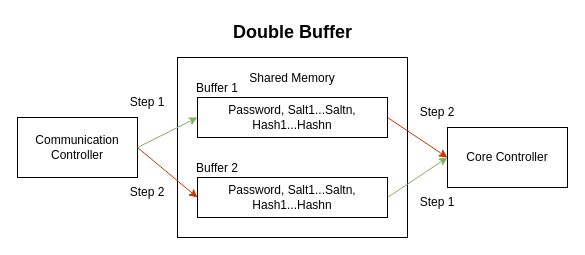
Niclasapdk/ESD3_project keeps this draw.io diagram as figures/theoretical_system/double_buffer/double_buffer.drawio. Above is the earlier version. Source tidied: cells renumbered, new cells numbered last; positions are measured from the earlier drawing's top-left corner, leaving out a move shared by most shapes. Both pictures are drawn from the tidied source at 100%, with x=0, y=0 at pixel (17, 17).
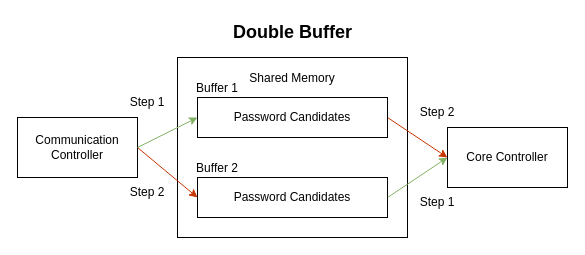
Above is the later version.

Diff of the diagram source:
```diff
@@
 <mxGraphModel>
   <root>
     <mxCell id="0" />
     <mxCell id="1" parent="0" />
     <mxCell id="2" style="rounded=0;whiteSpace=wrap;verticalAlign=middle;align=center;" parent="1" vertex="1">
       <mxGeometry x="160" y="40" width="230" height="180" as="geometry" />
     </mxCell>
     <mxCell id="3" style="edgeStyle=none;rounded=0;jettySize=auto;exitX=1;exitY=0.5;exitDx=0;exitDy=0;entryX=0;entryY=0.5;entryDx=0;entryDy=0;fillColor=#fa6800;strokeColor=#C73500;verticalAlign=middle;align=center;" parent="1" edge="1" source="4" target="9">
       <mxGeometry relative="1" as="geometry" />
     </mxCell>
-    <mxCell id="4" value="Password, Salt1...Saltn, Hash1...Hashn" style="rounded=0;whiteSpace=wrap;verticalAlign=middle;align=center;" parent="1" vertex="1">
+    <mxCell id="4" value="Password Candidates" style="rounded=0;whiteSpace=wrap;verticalAlign=middle;align=center;" parent="1" vertex="1">
       <mxGeometry x="180" y="80" width="190" height="40" as="geometry" />
     </mxCell>
     <mxCell id="5" style="edgeStyle=none;rounded=0;jettySize=auto;exitX=1;exitY=0.5;exitDx=0;exitDy=0;entryX=0;entryY=0.5;entryDx=0;entryDy=0;fillColor=#d5e8d4;strokeColor=#82b366;verticalAlign=middle;align=center;" parent="1" edge="1" source="6" target="9">
       <mxGeometry relative="1" as="geometry" />
     </mxCell>
-    <mxCell id="6" value="Password, Salt1...Saltn, Hash1...Hashn" style="rounded=0;whiteSpace=wrap;verticalAlign=middle;align=center;" parent="1" vertex="1">
+    <mxCell id="6" value="Password Candidates" style="rounded=0;whiteSpace=wrap;verticalAlign=middle;align=center;" parent="1" vertex="1">
       <mxGeometry x="180" y="160" width="190" height="40" as="geometry" />
     </mxCell>
     <mxCell id="7" value="Shared Memory" style="text;strokeColor=none;fillColor=none;fontSize=12;fontStyle=0;verticalAlign=middle;align=center;" parent="1" vertex="1">
       <mxGeometry x="227.5" y="50" width="95" height="20" as="geometry" />
     </mxCell>
     <mxCell id="8" value="Buffer 1" style="text;strokeColor=none;fillColor=none;fontSize=12;fontStyle=0;verticalAlign=middle;align=center;" parent="1" vertex="1">
       <mxGeometry x="180" y="60" width="40" height="20" as="geometry" />
     </mxCell>
     <mxCell id="9" value="Core Controller" style="rounded=0;whiteSpace=wrap;verticalAlign=middle;align=center;" parent="1" vertex="1">
       <mxGeometry x="430" y="110" width="120" height="60" as="geometry" />
     </mxCell>
     <mxCell id="10" style="edgeStyle=none;rounded=0;jettySize=auto;exitX=1;exitY=0.5;exitDx=0;exitDy=0;entryX=0;entryY=0.5;entryDx=0;entryDy=0;fillColor=#fa6800;strokeColor=#C73500;verticalAlign=middle;align=center;" parent="1" edge="1" source="11" target="6">
       <mxGeometry relative="1" as="geometry" />
     </mxCell>
     <mxCell id="11" value="Communication Controller" style="rounded=0;whiteSpace=wrap;verticalAlign=middle;align=center;" parent="1" vertex="1">
       <mxGeometry y="100" width="120" height="60" as="geometry" />
     </mxCell>
     <mxCell id="12" style="endArrow=classic;rounded=0;exitX=1;exitY=0.5;exitDx=0;exitDy=0;entryX=0;entryY=0.5;entryDx=0;entryDy=0;fillColor=#d5e8d4;strokeColor=#82b366;verticalAlign=middle;align=center;" parent="1" edge="1" source="11" target="4">
       <mxGeometry relative="1" as="geometry" />
     </mxCell>
     <mxCell id="13" value="Step 1" style="text;strokeColor=none;fillColor=none;align=center;verticalAlign=middle;whiteSpace=wrap;rounded=0;" parent="1" vertex="1">
       <mxGeometry x="100" y="70" width="60" height="30" as="geometry" />
     </mxCell>
     <mxCell id="14" value="Step 1" style="text;strokeColor=none;fillColor=none;align=center;verticalAlign=middle;whiteSpace=wrap;rounded=0;" parent="1" vertex="1">
       <mxGeometry x="390" y="170" width="60" height="30" as="geometry" />
     </mxCell>
     <mxCell id="15" value="Step 2" style="text;strokeColor=none;fillColor=none;align=center;verticalAlign=middle;whiteSpace=wrap;rounded=0;" parent="1" vertex="1">
       <mxGeometry x="100" y="160" width="60" height="30" as="geometry" />
     </mxCell>
     <mxCell id="16" value="Step 2" style="text;strokeColor=none;fillColor=none;align=center;verticalAlign=middle;whiteSpace=wrap;rounded=0;" parent="1" vertex="1">
       <mxGeometry x="390" y="80" width="60" height="30" as="geometry" />
     </mxCell>
     <mxCell id="17" value="Buffer 2" style="text;strokeColor=none;fillColor=none;fontSize=12;fontStyle=0;verticalAlign=middle;align=center;" parent="1" vertex="1">
       <mxGeometry x="180" y="140" width="40" height="20" as="geometry" />
     </mxCell>
     <mxCell id="18" value="&lt;font style=&quot;font-size: 18px;&quot;&gt;&lt;b&gt;Double Buffer&lt;/b&gt;&lt;/font&gt;" style="text;html=1;strokeColor=none;fillColor=none;align=center;verticalAlign=middle;whiteSpace=wrap;rounded=0;" parent="1" vertex="1">
       <mxGeometry x="212.5" width="125" height="30" as="geometry" />
     </mxCell>
   </root>
 </mxGraphModel>
```
